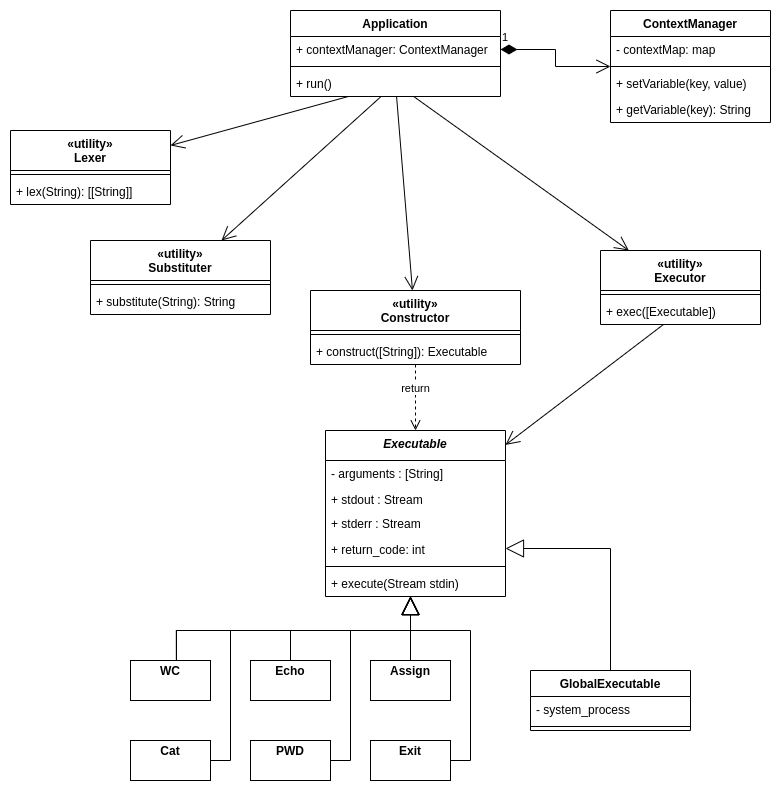
Above: architecture/cli-class_scheme.drawio.png in kgamora/cli-itmo-sd-2023 (draw.io), before the change. Source tidied: cells renumbered, new cells last; positions are measured from the earlier drawing's top-left corner, leaving out a move shared by most shapes.
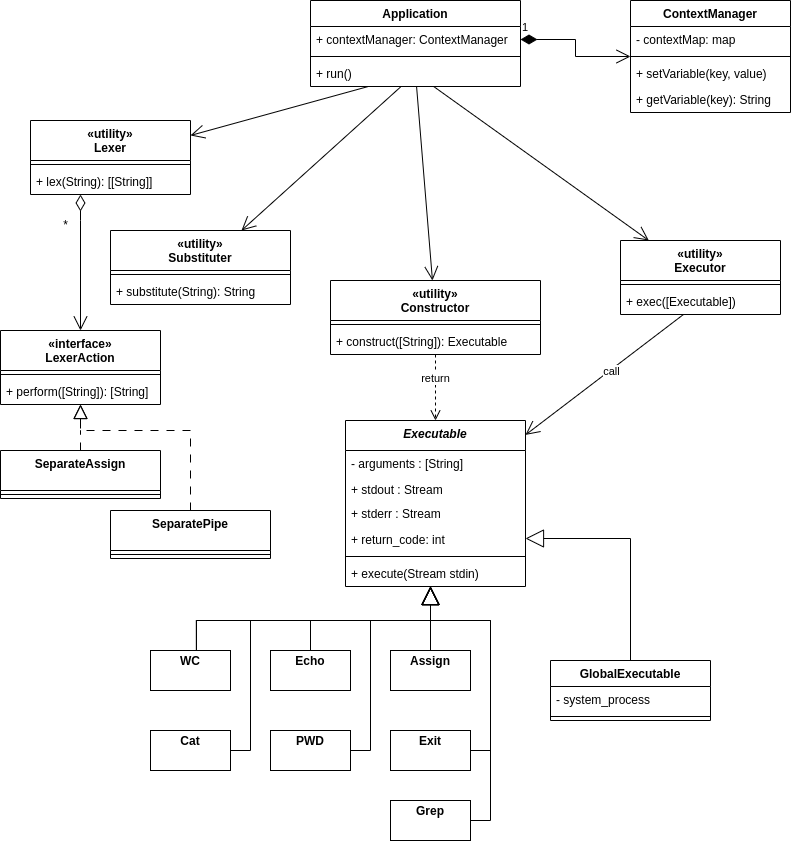
The same diagram one commit later.

Change to the diagram source:
```diff
@@ -192,6 +192,9 @@
     <mxCell id="52" style="endArrow=open;endFill=1;endSize=12;html=1;rounded=0;" parent="1" edge="1" source="45" target="20">
       <mxGeometry relative="1" as="geometry" />
     </mxCell>
+    <mxCell id="55" value="call" style="edgeLabel;html=1;align=center;verticalAlign=middle;" parent="52" vertex="1">
+      <mxGeometry x="-0.07" y="1" relative="1" as="geometry" />
+    </mxCell>
     <mxCell id="53" style="endArrow=block;endSize=16;endFill=0;html=1;strokeColor=default;exitX=0.574;exitY=-0.003;exitDx=0;exitDy=0;exitPerimeter=0;rounded=0;edgeStyle=orthogonalEdgeStyle;" parent="1" edge="1" source="27" target="20">
       <mxGeometry relative="1" as="geometry">
         <Array as="points">
@@ -208,5 +211,60 @@
         </Array>
       </mxGeometry>
     </mxCell>
+    <mxCell id="56" value="«interface»&#10;LexerAction" style="swimlane;fontStyle=1;align=center;verticalAlign=top;horizontal=1;startSize=40;" parent="1" vertex="1">
+      <mxGeometry x="-30" y="330" width="160" height="74" as="geometry" />
+    </mxCell>
+    <mxCell id="57" style="line;strokeWidth=1;fillColor=none;align=left;verticalAlign=middle;spacingTop=-1;spacingLeft=3;spacingRight=3;labelPosition=right;strokeColor=inherit;" parent="56" vertex="1">
+      <mxGeometry y="40" width="160" height="8" as="geometry" />
+    </mxCell>
+    <mxCell id="58" value="+ perform([String]): [String]" style="text;strokeColor=none;fillColor=none;align=left;verticalAlign=top;spacingLeft=4;spacingRight=4;overflow=hidden;" parent="56" vertex="1">
+      <mxGeometry y="48" width="160" height="26" as="geometry" />
+    </mxCell>
+    <mxCell id="59" style="endArrow=open;html=1;endSize=12;startArrow=diamondThin;startSize=14;startFill=0;edgeStyle=orthogonalEdgeStyle;align=left;verticalAlign=bottom;rounded=0;" parent="1" edge="1" source="11" target="56">
+      <mxGeometry x="-1" y="3" relative="1" as="geometry">
+        <Array as="points">
+          <mxPoint x="50" y="220" />
+          <mxPoint x="50" y="220" />
+        </Array>
+      </mxGeometry>
+    </mxCell>
+    <mxCell id="60" style="edgeStyle=orthogonalEdgeStyle;rounded=0;jettySize=auto;html=1;endArrow=block;endFill=0;startSize=6;endSize=12;dashed=1;dashPattern=8 8;" parent="1" edge="1" source="61" target="56">
+      <mxGeometry relative="1" as="geometry" />
+    </mxCell>
+    <mxCell id="61" value="SeparateAssign" style="swimlane;fontStyle=1;align=center;verticalAlign=top;horizontal=1;startSize=40;" parent="1" vertex="1">
+      <mxGeometry x="-30" y="450" width="160" height="48" as="geometry" />
+    </mxCell>
+    <mxCell id="62" style="line;strokeWidth=1;fillColor=none;align=left;verticalAlign=middle;spacingTop=-1;spacingLeft=3;spacingRight=3;labelPosition=right;strokeColor=inherit;" parent="61" vertex="1">
+      <mxGeometry y="40" width="160" height="8" as="geometry" />
+    </mxCell>
+    <mxCell id="63" value="SeparatePipe" style="swimlane;fontStyle=1;align=center;verticalAlign=top;horizontal=1;startSize=40;" parent="1" vertex="1">
+      <mxGeometry x="80" y="510" width="160" height="48" as="geometry" />
+    </mxCell>
+    <mxCell id="64" style="line;strokeWidth=1;fillColor=none;align=left;verticalAlign=middle;spacingTop=-1;spacingLeft=3;spacingRight=3;labelPosition=right;strokeColor=inherit;" parent="63" vertex="1">
+      <mxGeometry y="40" width="160" height="8" as="geometry" />
+    </mxCell>
+    <mxCell id="65" style="edgeStyle=orthogonalEdgeStyle;rounded=0;jettySize=auto;html=1;endArrow=block;endFill=0;startSize=6;endSize=12;dashed=1;dashPattern=8 8;" parent="1" edge="1" source="63" target="56">
+      <mxGeometry relative="1" as="geometry">
+        <Array as="points">
+          <mxPoint x="160" y="430" />
+          <mxPoint x="50" y="430" />
+        </Array>
+      </mxGeometry>
+    </mxCell>
+    <mxCell id="66" value="*" style="text;html=1;align=center;verticalAlign=middle;strokeColor=none;fillColor=none;" parent="1" vertex="1">
+      <mxGeometry x="20" y="210" width="30" height="30" as="geometry" />
+    </mxCell>
+    <mxCell id="67" value="&lt;p style=&quot;margin:0px;margin-top:4px;text-align:center;&quot;&gt;&lt;b&gt;Grep&lt;/b&gt;&lt;/p&gt;" style="verticalAlign=top;align=left;overflow=fill;fontSize=12;fontFamily=Helvetica;html=1;" parent="1" vertex="1">
+      <mxGeometry x="360" y="800" width="80" height="40" as="geometry" />
+    </mxCell>
+    <mxCell id="68" style="endArrow=block;endSize=16;endFill=0;html=1;strokeColor=default;rounded=0;edgeStyle=orthogonalEdgeStyle;" parent="1" edge="1" source="67" target="20">
+      <mxGeometry relative="1" as="geometry">
+        <Array as="points">
+          <mxPoint x="460" y="820" />
+          <mxPoint x="460" y="620" />
+          <mxPoint x="400" y="620" />
+        </Array>
+      </mxGeometry>
+    </mxCell>
   </root>
 </mxGraphModel>
```
